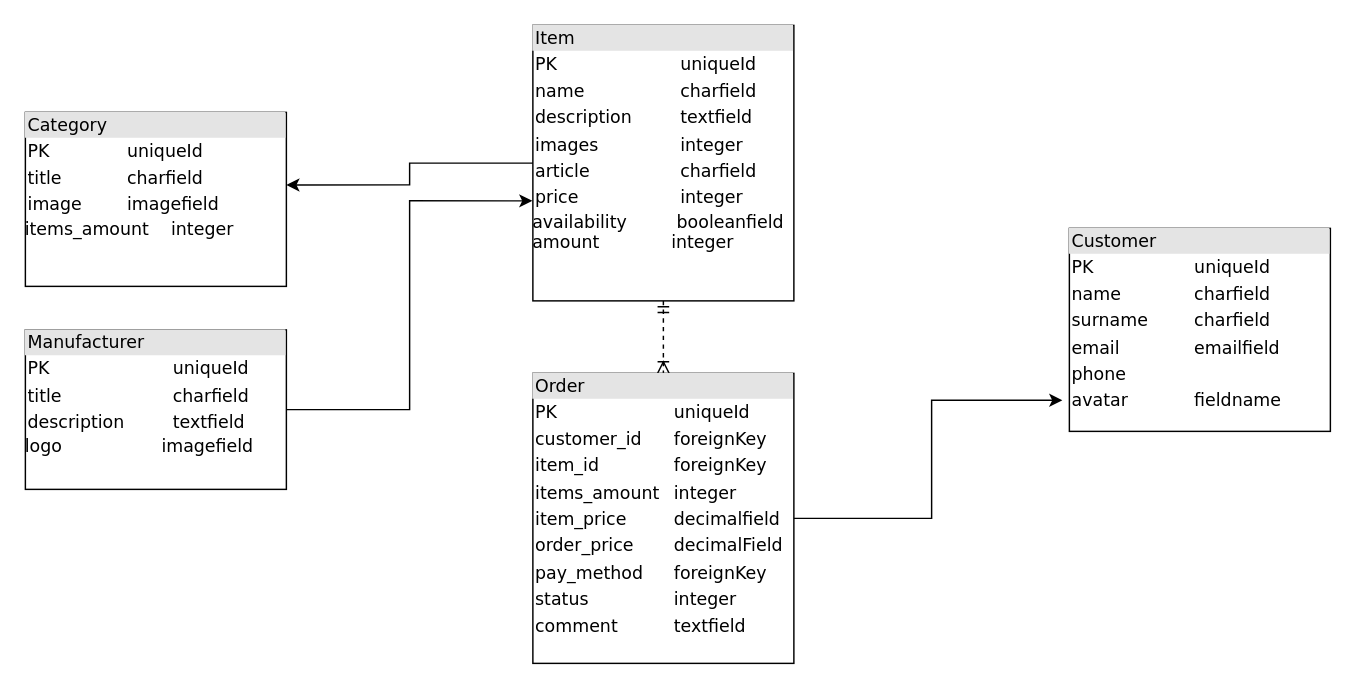
Earlier version of the draw.io diagram Диаграмма без названия.drawio (RomanPereyaslavskiy/django-app). Source tidied: cells renumbered, new cells numbered last; positions are measured from the earlier drawing's top-left corner, leaving out a move shared by most shapes. Both pictures are drawn from the tidied source at 145%, with x=0, y=0 at pixel (25, 25).
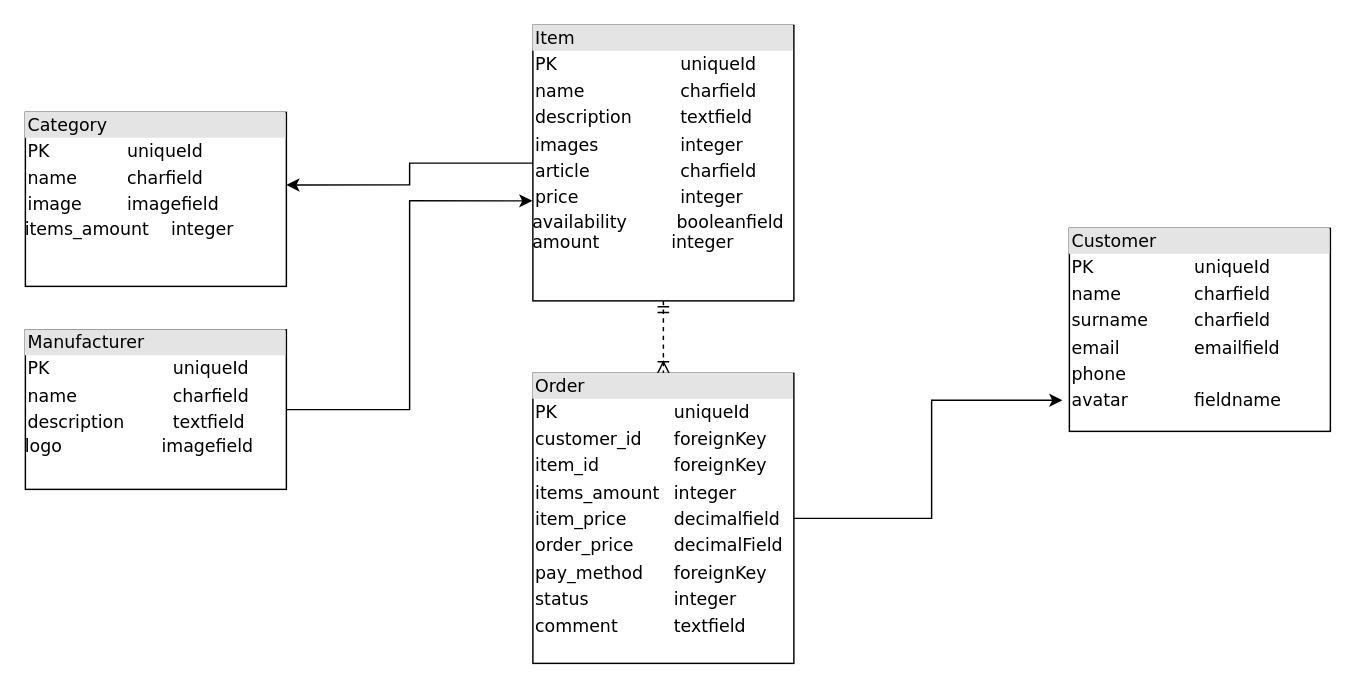
The same page after the edit.

Change to the diagram source:
```diff
@@
 <mxGraphModel>
   <root>
     <mxCell id="0" />
     <mxCell id="1" parent="0" />
-    <mxCell id="2" value="&lt;div style=&quot;box-sizing:border-box;width:100%;background:#e4e4e4;padding:2px;&quot;&gt;Category&lt;/div&gt;&lt;table style=&quot;width:100%;font-size:1em;&quot; cellpadding=&quot;2&quot; cellspacing=&quot;0&quot;&gt;&lt;tbody&gt;&lt;tr&gt;&lt;td&gt;PK&lt;/td&gt;&lt;td&gt;uniqueId&lt;/td&gt;&lt;/tr&gt;&lt;tr&gt;&lt;td&gt;title&lt;/td&gt;&lt;td&gt;charfield&lt;br&gt;&lt;/td&gt;&lt;/tr&gt;&lt;tr&gt;&lt;td&gt;image&lt;/td&gt;&lt;td&gt;imagefield&lt;br&gt;&lt;/td&gt;&lt;/tr&gt;&lt;/tbody&gt;&lt;/table&gt;items_amount&amp;nbsp; &amp;nbsp; integer&lt;br&gt;" style="verticalAlign=top;align=left;overflow=fill;html=1;rounded=0;shadow=0;comic=0;labelBackgroundColor=none;strokeWidth=1;fontFamily=Verdana;fontSize=12;" parent="1" vertex="1">
+    <mxCell id="2" value="&lt;div style=&quot;box-sizing:border-box;width:100%;background:#e4e4e4;padding:2px;&quot;&gt;Category&lt;/div&gt;&lt;table style=&quot;width:100%;font-size:1em;&quot; cellpadding=&quot;2&quot; cellspacing=&quot;0&quot;&gt;&lt;tbody&gt;&lt;tr&gt;&lt;td&gt;PK&lt;/td&gt;&lt;td&gt;uniqueId&lt;/td&gt;&lt;/tr&gt;&lt;tr&gt;&lt;td&gt;name&lt;/td&gt;&lt;td&gt;charfield&lt;br&gt;&lt;/td&gt;&lt;/tr&gt;&lt;tr&gt;&lt;td&gt;image&lt;/td&gt;&lt;td&gt;imagefield&lt;br&gt;&lt;/td&gt;&lt;/tr&gt;&lt;/tbody&gt;&lt;/table&gt;items_amount&amp;nbsp; &amp;nbsp; integer" style="verticalAlign=top;align=left;overflow=fill;html=1;rounded=0;shadow=0;comic=0;labelBackgroundColor=none;strokeWidth=1;fontFamily=Verdana;fontSize=12;" parent="1" vertex="1">
       <mxGeometry y="60" width="180" height="120" as="geometry" />
     </mxCell>
     <mxCell id="3" style="edgeStyle=orthogonalEdgeStyle;html=1;entryX=0.5;entryY=0;dashed=1;labelBackgroundColor=none;startArrow=ERmandOne;endArrow=ERoneToMany;fontFamily=Verdana;fontSize=12;align=left;" parent="1" edge="1" source="4" target="6">
       <mxGeometry relative="1" as="geometry">
         <Array as="points">
           <mxPoint x="440" y="220" />
           <mxPoint x="440" y="220" />
         </Array>
       </mxGeometry>
     </mxCell>
     <mxCell id="4" value="&lt;div style=&quot;box-sizing: border-box ; width: 100% ; background: #e4e4e4 ; padding: 2px&quot;&gt;Item&lt;/div&gt;&lt;table style=&quot;width: 100% ; font-size: 1em&quot; cellpadding=&quot;2&quot; cellspacing=&quot;0&quot;&gt;&lt;tbody&gt;&lt;tr&gt;&lt;td&gt;PK&lt;/td&gt;&lt;td&gt;uniqueId&lt;/td&gt;&lt;/tr&gt;&lt;tr&gt;&lt;td&gt;name&lt;/td&gt;&lt;td&gt;charfield&lt;/td&gt;&lt;/tr&gt;&lt;tr&gt;&lt;td&gt;description&lt;/td&gt;&lt;td&gt;textfield&lt;/td&gt;&lt;/tr&gt;&lt;tr&gt;&lt;td&gt;images&lt;/td&gt;&lt;td&gt;integer&lt;br&gt;&lt;/td&gt;&lt;/tr&gt;&lt;tr&gt;&lt;td&gt;article&lt;br&gt;&lt;/td&gt;&lt;td&gt;charfield&lt;br&gt;&lt;/td&gt;&lt;/tr&gt;&lt;tr&gt;&lt;td&gt;price&lt;br&gt;&lt;/td&gt;&lt;td&gt;integer&lt;br&gt;&lt;/td&gt;&lt;/tr&gt;&lt;/tbody&gt;&lt;/table&gt;availability&amp;nbsp; &amp;nbsp; &amp;nbsp; &amp;nbsp; &amp;nbsp;booleanfield&lt;br&gt;amount&amp;nbsp; &amp;nbsp; &amp;nbsp; &amp;nbsp; &amp;nbsp; &amp;nbsp; &amp;nbsp;integer" style="verticalAlign=top;align=left;overflow=fill;html=1;rounded=0;shadow=0;comic=0;labelBackgroundColor=none;strokeWidth=1;fontFamily=Verdana;fontSize=12;" parent="1" vertex="1">
       <mxGeometry x="350" width="180" height="190" as="geometry" />
     </mxCell>
-    <mxCell id="5" value="&lt;div style=&quot;box-sizing:border-box;width:100%;background:#e4e4e4;padding:2px;&quot;&gt;Manufacturer&lt;br&gt;&lt;/div&gt;&lt;table style=&quot;width:100%;font-size:1em;&quot; cellpadding=&quot;2&quot; cellspacing=&quot;0&quot;&gt;&lt;tbody&gt;&lt;tr&gt;&lt;td&gt;PK&lt;/td&gt;&lt;td&gt;uniqueId&lt;/td&gt;&lt;/tr&gt;&lt;tr&gt;&lt;td&gt;title&lt;/td&gt;&lt;td&gt;charfield&lt;/td&gt;&lt;/tr&gt;&lt;tr&gt;&lt;td&gt;description&lt;/td&gt;&lt;td&gt;textfield&lt;br&gt;&lt;/td&gt;&lt;/tr&gt;&lt;/tbody&gt;&lt;/table&gt;logo&amp;nbsp; &amp;nbsp; &amp;nbsp; &amp;nbsp; &amp;nbsp; &amp;nbsp; &amp;nbsp; &amp;nbsp; &amp;nbsp; imagefield" style="verticalAlign=top;align=left;overflow=fill;html=1;rounded=0;shadow=0;comic=0;labelBackgroundColor=none;strokeWidth=1;fontFamily=Verdana;fontSize=12;" parent="1" vertex="1">
+    <mxCell id="5" value="&lt;div style=&quot;box-sizing:border-box;width:100%;background:#e4e4e4;padding:2px;&quot;&gt;Manufacturer&lt;br&gt;&lt;/div&gt;&lt;table style=&quot;width:100%;font-size:1em;&quot; cellpadding=&quot;2&quot; cellspacing=&quot;0&quot;&gt;&lt;tbody&gt;&lt;tr&gt;&lt;td&gt;PK&lt;/td&gt;&lt;td&gt;uniqueId&lt;/td&gt;&lt;/tr&gt;&lt;tr&gt;&lt;td&gt;name&lt;/td&gt;&lt;td&gt;charfield&lt;/td&gt;&lt;/tr&gt;&lt;tr&gt;&lt;td&gt;description&lt;/td&gt;&lt;td&gt;textfield&lt;br&gt;&lt;/td&gt;&lt;/tr&gt;&lt;/tbody&gt;&lt;/table&gt;logo&amp;nbsp; &amp;nbsp; &amp;nbsp; &amp;nbsp; &amp;nbsp; &amp;nbsp; &amp;nbsp; &amp;nbsp; &amp;nbsp; imagefield" style="verticalAlign=top;align=left;overflow=fill;html=1;rounded=0;shadow=0;comic=0;labelBackgroundColor=none;strokeWidth=1;fontFamily=Verdana;fontSize=12;" parent="1" vertex="1">
       <mxGeometry y="210" width="180" height="110" as="geometry" />
     </mxCell>
     <mxCell id="6" value="&lt;div style=&quot;box-sizing: border-box ; width: 100% ; background: #e4e4e4 ; padding: 2px&quot;&gt;Order&lt;/div&gt;&lt;table style=&quot;width: 100% ; font-size: 1em&quot; cellpadding=&quot;2&quot; cellspacing=&quot;0&quot;&gt;&lt;tbody&gt;&lt;tr&gt;&lt;td&gt;PK&lt;/td&gt;&lt;td&gt;uniqueId&lt;/td&gt;&lt;/tr&gt;&lt;tr&gt;&lt;td&gt;customer_id&lt;/td&gt;&lt;td&gt;foreignKey&lt;/td&gt;&lt;/tr&gt;&lt;tr&gt;&lt;td&gt;item_id&lt;/td&gt;&lt;td&gt;foreignKey&lt;/td&gt;&lt;/tr&gt;&lt;tr&gt;&lt;td&gt;items_amount&lt;br&gt;&lt;/td&gt;&lt;td&gt;integer&lt;br&gt;&lt;/td&gt;&lt;/tr&gt;&lt;tr&gt;&lt;td&gt;item_price&lt;/td&gt;&lt;td&gt;decimalfield&lt;/td&gt;&lt;/tr&gt;&lt;tr&gt;&lt;td&gt;order_price&lt;br&gt;&lt;/td&gt;&lt;td&gt;decimalField&lt;/td&gt;&lt;/tr&gt;&lt;tr&gt;&lt;td&gt;pay_method&lt;br&gt;&lt;/td&gt;&lt;td&gt;foreignKey&lt;br&gt;&lt;/td&gt;&lt;/tr&gt;&lt;tr&gt;&lt;td&gt;status&lt;br&gt;&lt;/td&gt;&lt;td&gt;integer&lt;br&gt;&lt;/td&gt;&lt;/tr&gt;&lt;tr&gt;&lt;td&gt;comment&lt;br&gt;&lt;/td&gt;&lt;td&gt;textfield&lt;br&gt;&lt;/td&gt;&lt;/tr&gt;&lt;tr&gt;&lt;td&gt;&lt;br&gt;&lt;/td&gt;&lt;td&gt;&lt;br&gt;&lt;/td&gt;&lt;/tr&gt;&lt;tr&gt;&lt;td&gt;&lt;br&gt;&lt;/td&gt;&lt;td&gt;&lt;br&gt;&lt;/td&gt;&lt;/tr&gt;&lt;tr&gt;&lt;td&gt;&lt;br&gt;&lt;/td&gt;&lt;td&gt;&lt;br&gt;&lt;/td&gt;&lt;/tr&gt;&lt;tr&gt;&lt;td&gt;&lt;br&gt;&lt;/td&gt;&lt;td&gt;&lt;br&gt;&lt;/td&gt;&lt;/tr&gt;&lt;tr&gt;&lt;td&gt;&lt;br&gt;&lt;/td&gt;&lt;td&gt;&lt;br&gt;&lt;/td&gt;&lt;/tr&gt;&lt;tr&gt;&lt;td&gt;&lt;br&gt;&lt;/td&gt;&lt;td&gt;&lt;br&gt;&lt;/td&gt;&lt;/tr&gt;&lt;tr&gt;&lt;td&gt;&lt;br&gt;&lt;/td&gt;&lt;td&gt;&lt;br&gt;&lt;/td&gt;&lt;/tr&gt;&lt;tr&gt;&lt;td&gt;&lt;br&gt;&lt;/td&gt;&lt;td&gt;&lt;br&gt;&lt;/td&gt;&lt;/tr&gt;&lt;/tbody&gt;&lt;/table&gt;" style="verticalAlign=top;align=left;overflow=fill;html=1;rounded=0;shadow=0;comic=0;labelBackgroundColor=none;strokeWidth=1;fontFamily=Verdana;fontSize=12;" parent="1" vertex="1">
       <mxGeometry x="350" y="240" width="180" height="200" as="geometry" />
     </mxCell>
     <mxCell id="7" value="&lt;div style=&quot;box-sizing: border-box ; width: 100% ; background: #e4e4e4 ; padding: 2px&quot;&gt;Customer&lt;/div&gt;&lt;table style=&quot;width: 100% ; font-size: 1em&quot; cellpadding=&quot;2&quot; cellspacing=&quot;0&quot;&gt;&lt;tbody&gt;&lt;tr&gt;&lt;td&gt;PK&lt;/td&gt;&lt;td&gt;uniqueId&lt;/td&gt;&lt;/tr&gt;&lt;tr&gt;&lt;td&gt;name&lt;/td&gt;&lt;td&gt;charfield&lt;/td&gt;&lt;/tr&gt;&lt;tr&gt;&lt;td&gt;surname&lt;/td&gt;&lt;td&gt;charfield&lt;/td&gt;&lt;/tr&gt;&lt;tr&gt;&lt;td&gt;email&lt;br&gt;&lt;/td&gt;&lt;td&gt;emailfield&lt;br&gt;&lt;/td&gt;&lt;/tr&gt;&lt;tr&gt;&lt;td&gt;phone&lt;br&gt;&lt;/td&gt;&lt;td&gt;&lt;br&gt;&lt;/td&gt;&lt;/tr&gt;&lt;tr&gt;&lt;td&gt;avatar&lt;/td&gt;&lt;td&gt;fieldname&lt;br&gt;&lt;/td&gt;&lt;/tr&gt;&lt;tr&gt;&lt;td&gt;&lt;/td&gt;&lt;td&gt;&lt;br&gt;&lt;/td&gt;&lt;/tr&gt;&lt;tr&gt;&lt;td&gt;&lt;br&gt;&lt;/td&gt;&lt;td&gt;&lt;br&gt;&lt;/td&gt;&lt;/tr&gt;&lt;tr&gt;&lt;td&gt;&lt;br&gt;&lt;/td&gt;&lt;td&gt;&lt;br&gt;&lt;/td&gt;&lt;/tr&gt;&lt;tr&gt;&lt;td&gt;&lt;br&gt;&lt;/td&gt;&lt;td&gt;&lt;br&gt;&lt;/td&gt;&lt;/tr&gt;&lt;tr&gt;&lt;td&gt;&lt;br&gt;&lt;/td&gt;&lt;td&gt;&lt;br&gt;&lt;/td&gt;&lt;/tr&gt;&lt;tr&gt;&lt;td&gt;&lt;br&gt;&lt;/td&gt;&lt;td&gt;&lt;br&gt;&lt;/td&gt;&lt;/tr&gt;&lt;/tbody&gt;&lt;/table&gt;" style="verticalAlign=top;align=left;overflow=fill;html=1;rounded=0;shadow=0;comic=0;labelBackgroundColor=none;strokeWidth=1;fontFamily=Verdana;fontSize=12;" parent="1" vertex="1">
       <mxGeometry x="720" y="140" width="180" height="140" as="geometry" />
     </mxCell>
     <mxCell id="8" style="edgeStyle=orthogonalEdgeStyle;rounded=0;jettySize=auto;html=1;entryX=-0.002;entryY=0.637;entryDx=0;entryDy=0;entryPerimeter=0;" parent="1" edge="1" source="5" target="4">
       <mxGeometry relative="1" as="geometry" />
     </mxCell>
     <mxCell id="9" style="edgeStyle=orthogonalEdgeStyle;rounded=0;jettySize=auto;html=1;entryX=1;entryY=0.417;entryDx=0;entryDy=0;entryPerimeter=0;" parent="1" edge="1" source="4" target="2">
       <mxGeometry relative="1" as="geometry" />
     </mxCell>
     <mxCell id="10" style="edgeStyle=orthogonalEdgeStyle;rounded=0;jettySize=auto;html=1;entryX=-0.027;entryY=0.847;entryDx=0;entryDy=0;entryPerimeter=0;" parent="1" edge="1" source="6" target="7">
       <mxGeometry relative="1" as="geometry" />
     </mxCell>
     <mxCell id="11" style="edgeStyle=orthogonalEdgeStyle;rounded=0;orthogonalLoop=1;jettySize=auto;html=1;exitX=0.5;exitY=1;exitDx=0;exitDy=0;" parent="1" edge="1" source="7" target="7">
       <mxGeometry relative="1" as="geometry" />
     </mxCell>
   </root>
 </mxGraphModel>
```
